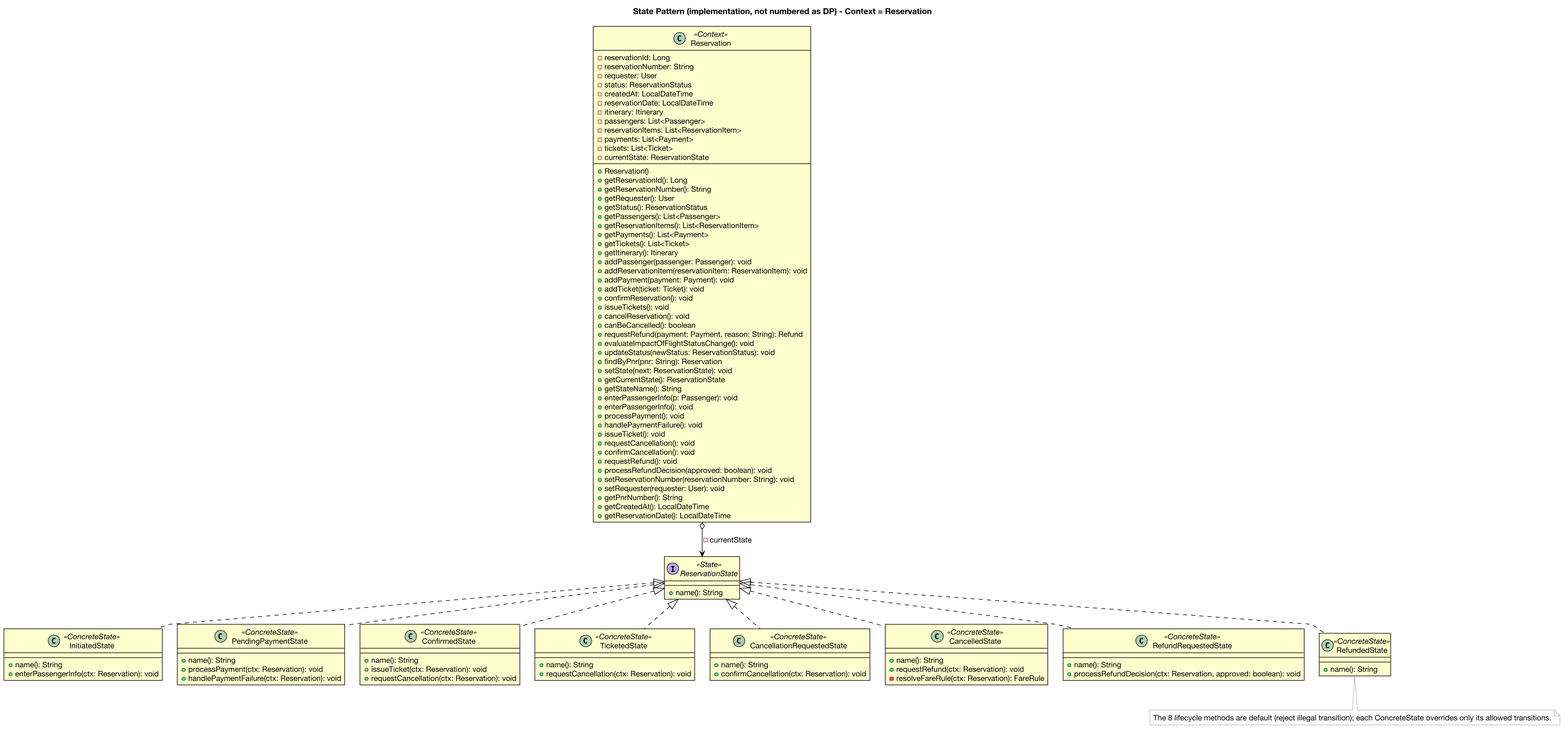
Before: docs/diagrams/iter4-puml/en/state-impl.png, a diagram exported from PlantUML (gimjungwook/KoreanAirReservationDomain). The source it was exported from:
```plantuml
@startuml state-impl
skinparam backgroundColor #FFFFFF
skinparam shadowing false
skinparam roundcorner 0
skinparam linetype polyline
skinparam nodesep 26
skinparam ranksep 42
skinparam defaultFontName "Helvetica Neue"
skinparam defaultFontSize 13
skinparam dpi 150
skinparam class {
  BackgroundColor #FFFFCE
  BorderColor #000000
  BorderThickness 1
  ArrowColor #000000
  ArrowThickness 1
  FontColor #000000
  FontName "Helvetica Neue"
  AttributeFontColor #000000
  AttributeFontName "Helvetica Neue"
  StereotypeFontColor #000000
}
skinparam note {
  BackgroundColor #FFFFFF
  BorderColor #777777
  FontColor #000000
}

title State Pattern (implementation, not numbered as DP) - Context = Reservation
class Reservation <<Context>> {
  -reservationId: Long
  -reservationNumber: String
  -requester: User
  -status: ReservationStatus
  -createdAt: LocalDateTime
  -reservationDate: LocalDateTime
  -itinerary: Itinerary
  -passengers: List<Passenger>
  -reservationItems: List<ReservationItem>
  -payments: List<Payment>
  -tickets: List<Ticket>
  -currentState: ReservationState
  --
  +Reservation()
  +getReservationId(): Long
  +getReservationNumber(): String
  +getRequester(): User
  +getStatus(): ReservationStatus
  +getPassengers(): List<Passenger>
  +getReservationItems(): List<ReservationItem>
  +getPayments(): List<Payment>
  +getTickets(): List<Ticket>
  +getItinerary(): Itinerary
  +addPassenger(passenger: Passenger): void
  +addReservationItem(reservationItem: ReservationItem): void
  +addPayment(payment: Payment): void
  +addTicket(ticket: Ticket): void
  +confirmReservation(): void
  +issueTickets(): void
  +cancelReservation(): void
  +canBeCancelled(): boolean
  +requestRefund(payment: Payment, reason: String): Refund
  +evaluateImpactOfFlightStatusChange(): void
  +updateStatus(newStatus: ReservationStatus): void
  +findByPnr(pnr: String): Reservation
  +setState(next: ReservationState): void
  +getCurrentState(): ReservationState
  +getStateName(): String
  +enterPassengerInfo(p: Passenger): void
  +enterPassengerInfo(): void
  +processPayment(): void
  +handlePaymentFailure(): void
  +issueTicket(): void
  +requestCancellation(): void
  +confirmCancellation(): void
  +requestRefund(): void
  +processRefundDecision(approved: boolean): void
  +setReservationNumber(reservationNumber: String): void
  +setRequester(requester: User): void
  +getPnrNumber(): String
  +getCreatedAt(): LocalDateTime
  +getReservationDate(): LocalDateTime
}
interface ReservationState <<State>> {
  +name(): String
}
class InitiatedState <<ConcreteState>> {
  +name(): String
  +enterPassengerInfo(ctx: Reservation): void
}
class PendingPaymentState <<ConcreteState>> {
  +name(): String
  +processPayment(ctx: Reservation): void
  +handlePaymentFailure(ctx: Reservation): void
}
class ConfirmedState <<ConcreteState>> {
  +name(): String
  +issueTicket(ctx: Reservation): void
  +requestCancellation(ctx: Reservation): void
}
class TicketedState <<ConcreteState>> {
  +name(): String
  +requestCancellation(ctx: Reservation): void
}
class CancellationRequestedState <<ConcreteState>> {
  +name(): String
  +confirmCancellation(ctx: Reservation): void
}
class CancelledState <<ConcreteState>> {
  +name(): String
  +requestRefund(ctx: Reservation): void
  -resolveFareRule(ctx: Reservation): FareRule
}
class RefundRequestedState <<ConcreteState>> {
  +name(): String
  +processRefundDecision(ctx: Reservation, approved: boolean): void
}
class RefundedState <<ConcreteState>> {
  +name(): String
}
ReservationState <|.. InitiatedState
ReservationState <|.. PendingPaymentState
ReservationState <|.. ConfirmedState
ReservationState <|.. TicketedState
ReservationState <|.. CancellationRequestedState
ReservationState <|.. CancelledState
ReservationState <|.. RefundRequestedState
ReservationState <|.. RefundedState
Reservation o--> ReservationState : -currentState
note bottom : The 8 lifecycle methods are default (reject illegal transition); each ConcreteState overrides only its allowed transitions.
@enduml
```
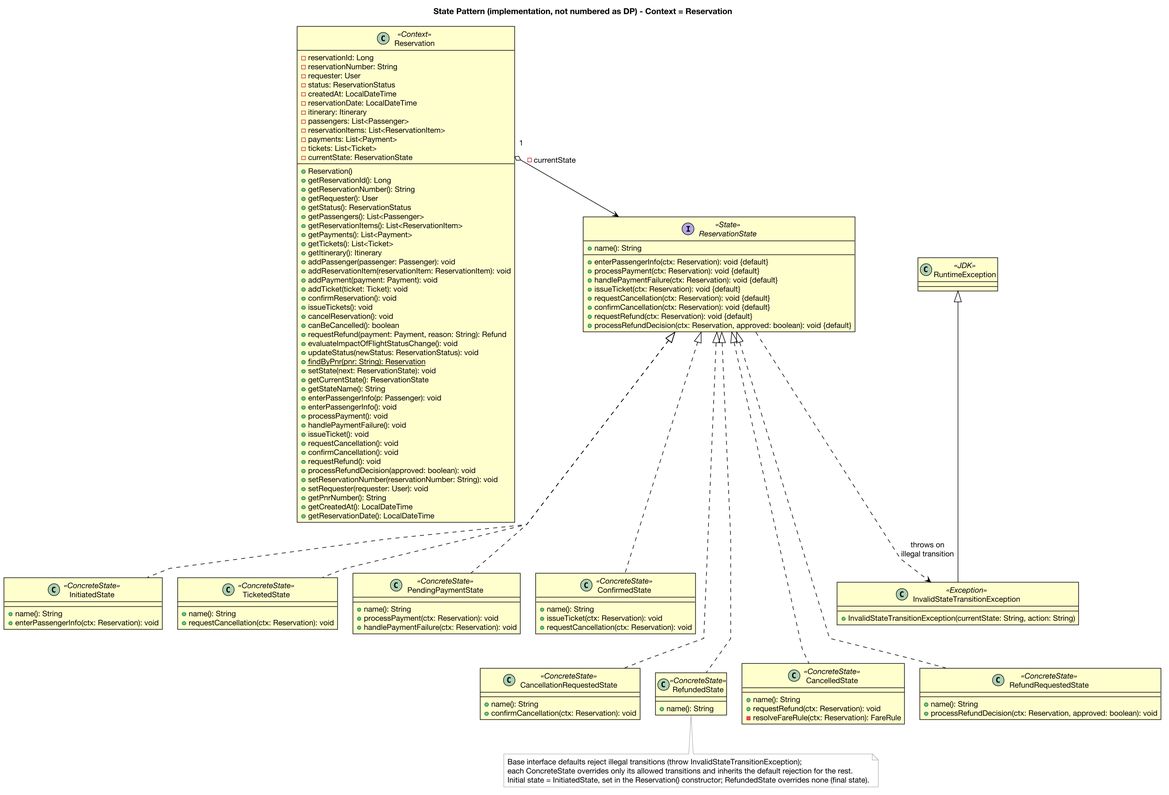
After the change.

Change to the diagram source:
```diff
@@ -4,7 +4,7 @@
 skinparam roundcorner 0
 skinparam linetype polyline
 skinparam nodesep 26
-skinparam ranksep 42
+skinparam ranksep 50
 skinparam defaultFontName "Helvetica Neue"
 skinparam defaultFontSize 13
 skinparam dpi 150
@@ -27,6 +27,7 @@
 }
 
 title State Pattern (implementation, not numbered as DP) - Context = Reservation
+
 class Reservation <<Context>> {
   -reservationId: Long
   -reservationNumber: String
@@ -62,7 +63,7 @@
   +requestRefund(payment: Payment, reason: String): Refund
   +evaluateImpactOfFlightStatusChange(): void
   +updateStatus(newStatus: ReservationStatus): void
-  +findByPnr(pnr: String): Reservation
+  +findByPnr(pnr: String): Reservation {static}
   +setState(next: ReservationState): void
   +getCurrentState(): ReservationState
   +getStateName(): String
@@ -81,43 +82,71 @@
   +getCreatedAt(): LocalDateTime
   +getReservationDate(): LocalDateTime
 }
+
 interface ReservationState <<State>> {
   +name(): String
+  --
+  +enterPassengerInfo(ctx: Reservation): void {default}
+  +processPayment(ctx: Reservation): void {default}
+  +handlePaymentFailure(ctx: Reservation): void {default}
+  +issueTicket(ctx: Reservation): void {default}
+  +requestCancellation(ctx: Reservation): void {default}
+  +confirmCancellation(ctx: Reservation): void {default}
+  +requestRefund(ctx: Reservation): void {default}
+  +processRefundDecision(ctx: Reservation, approved: boolean): void {default}
 }
-class InitiatedState <<ConcreteState>> {
-  +name(): String
-  +enterPassengerInfo(ctx: Reservation): void
+
+class InvalidStateTransitionException <<Exception>> {
+  +InvalidStateTransitionException(currentState: String, action: String)
 }
-class PendingPaymentState <<ConcreteState>> {
-  +name(): String
-  +processPayment(ctx: Reservation): void
-  +handlePaymentFailure(ctx: Reservation): void
+class RuntimeException <<JDK>> {
 }
-class ConfirmedState <<ConcreteState>> {
-  +name(): String
-  +issueTicket(ctx: Reservation): void
-  +requestCancellation(ctx: Reservation): void
+
+together {
+  class InitiatedState <<ConcreteState>> {
+    +name(): String
+    +enterPassengerInfo(ctx: Reservation): void
+  }
+  class PendingPaymentState <<ConcreteState>> {
+    +name(): String
+    +processPayment(ctx: Reservation): void
+    +handlePaymentFailure(ctx: Reservation): void
+  }
+  class ConfirmedState <<ConcreteState>> {
+    +name(): String
+    +issueTicket(ctx: Reservation): void
+    +requestCancellation(ctx: Reservation): void
+  }
+  class TicketedState <<ConcreteState>> {
+    +name(): String
+    +requestCancellation(ctx: Reservation): void
+  }
 }
-class TicketedState <<ConcreteState>> {
-  +name(): String
-  +requestCancellation(ctx: Reservation): void
+
+together {
+  class CancellationRequestedState <<ConcreteState>> {
+    +name(): String
+    +confirmCancellation(ctx: Reservation): void
+  }
+  class CancelledState <<ConcreteState>> {
+    +name(): String
+    +requestRefund(ctx: Reservation): void
+    -resolveFareRule(ctx: Reservation): FareRule
+  }
+  class RefundRequestedState <<ConcreteState>> {
+    +name(): String
+    +processRefundDecision(ctx: Reservation, approved: boolean): void
+  }
+  class RefundedState <<ConcreteState>> {
+    +name(): String
+  }
 }
-class CancellationRequestedState <<ConcreteState>> {
-  +name(): String
-  +confirmCancellation(ctx: Reservation): void
-}
-class CancelledState <<ConcreteState>> {
-  +name(): String
-  +requestRefund(ctx: Reservation): void
-  -resolveFareRule(ctx: Reservation): FareRule
-}
-class RefundRequestedState <<ConcreteState>> {
-  +name(): String
-  +processRefundDecision(ctx: Reservation, approved: boolean): void
-}
-class RefundedState <<ConcreteState>> {
-  +name(): String
-}
+
+Reservation::currentState "1" o-right-> ReservationState : -currentState
+
+ReservationState ..> InvalidStateTransitionException : throws on\nillegal transition
+RuntimeException <|-- InvalidStateTransitionException
+
 ReservationState <|.. InitiatedState
 ReservationState <|.. PendingPaymentState
 ReservationState <|.. ConfirmedState
@@ -126,6 +155,15 @@
 ReservationState <|.. CancelledState
 ReservationState <|.. RefundRequestedState
 ReservationState <|.. RefundedState
-Reservation o--> ReservationState : -currentState
-note bottom : The 8 lifecycle methods are default (reject illegal transition); each ConcreteState overrides only its allowed transitions.
+
+InitiatedState -[hidden]right- PendingPaymentState
+PendingPaymentState -[hidden]right- ConfirmedState
+ConfirmedState -[hidden]right- TicketedState
+CancellationRequestedState -[hidden]right- CancelledState
+CancelledState -[hidden]right- RefundRequestedState
+RefundRequestedState -[hidden]right- RefundedState
+InitiatedState -[hidden]down- CancellationRequestedState
+TicketedState -[hidden]down- RefundedState
+
+note bottom of RefundedState : Base interface defaults reject illegal transitions (throw InvalidStateTransitionException);\neach ConcreteState overrides only its allowed transitions and inherits the default rejection for the rest.\nInitial state = InitiatedState, set in the Reservation() constructor; RefundedState overrides none (final state).
 @enduml
```
